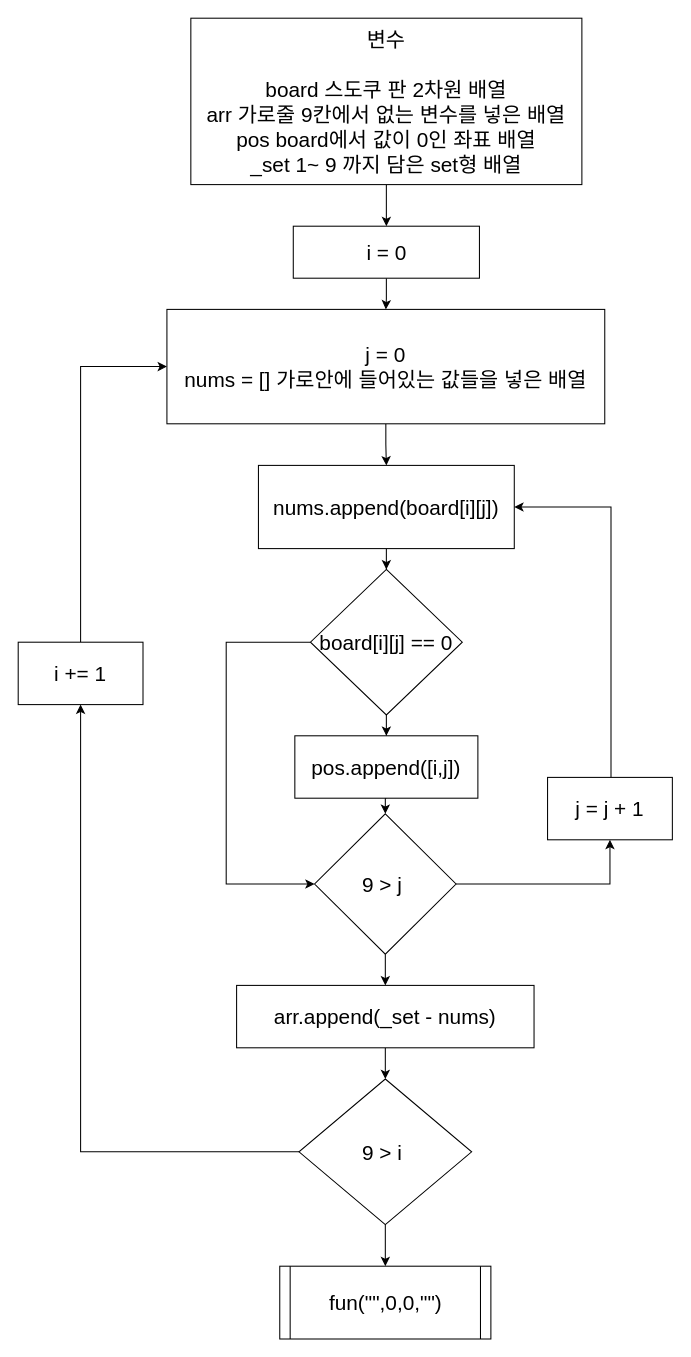
Before: page "main" (2 of 4) of 2580.drawio in justsicklife/flowchart, a draw.io diagram. Source tidied: cells renumbered, new cells numbered last; positions are measured from the earlier drawing's top-left corner, leaving out a move shared by most shapes. Both pictures are drawn from the tidied source at 104%, with x=0, y=0 at pixel (18, 18).
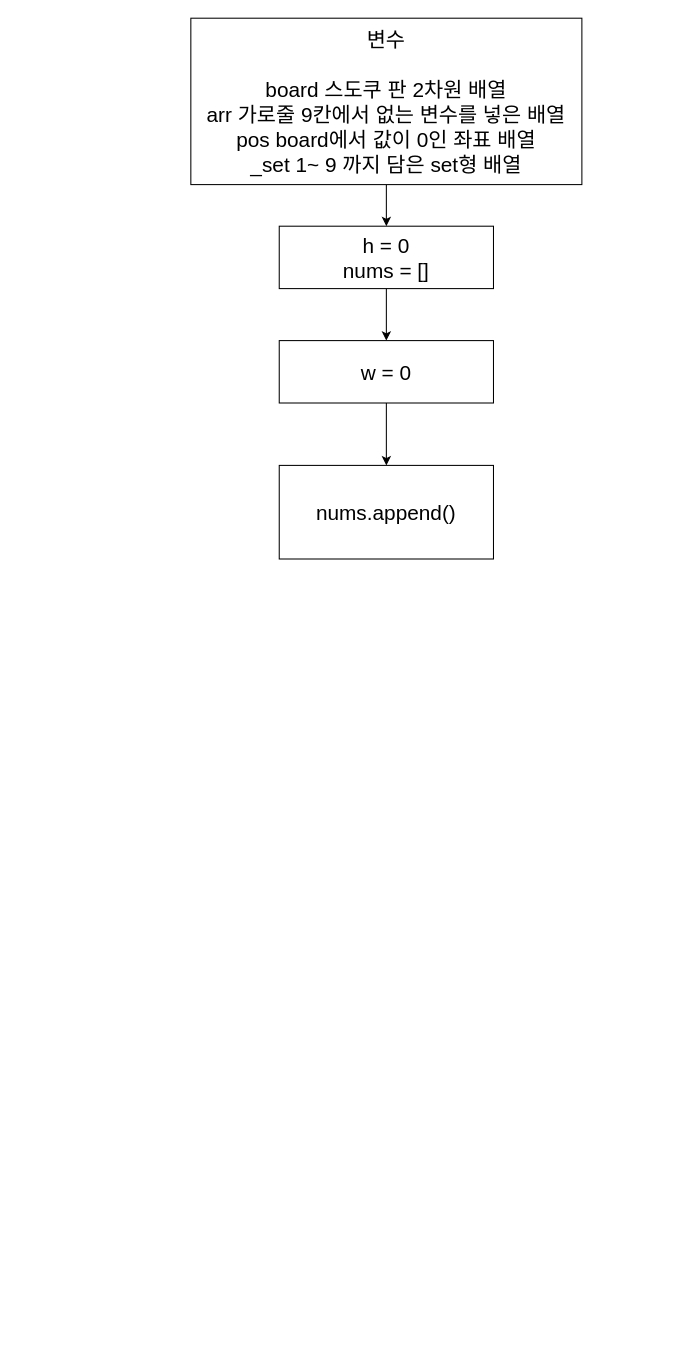
The same diagram, later.

Unchanged cells that the change refers to:
```xml
<mxCell id="3" value="변수&lt;br&gt;&lt;br&gt;board 스도쿠 판 2차원 배열&lt;br&gt;arr 가로줄 9칸에서 없는 변수를 넣은 배열&lt;br&gt;pos board에서 값이 0인 좌표 배열&lt;br&gt;_set 1~ 9 까지 담은 set형 배열" style="rounded=0;whiteSpace=wrap;html=1;fontSize=20;" parent="1" vertex="1">
  <mxGeometry x="166" width="376" height="160" as="geometry" />
</mxCell>
```

Change to the diagram source:
```diff
@@
-    <mxCell id="2" style="edgeStyle=orthogonalEdgeStyle;rounded=0;jettySize=auto;html=1;fontSize=20;" parent="1" edge="1" source="3" target="9">
-      <mxGeometry relative="1" as="geometry" />
-    </mxCell>
+    <mxCell id="28" style="edgeStyle=orthogonalEdgeStyle;rounded=0;jettySize=auto;html=1;" parent="1" edge="1" source="3" target="30">
+      <mxGeometry relative="1" as="geometry" />
+    </mxCell>
@@
-    <mxCell id="4" style="edgeStyle=orthogonalEdgeStyle;rounded=0;jettySize=auto;html=1;fontSize=20;" parent="1" edge="1" source="5" target="7">
-      <mxGeometry relative="1" as="geometry" />
-    </mxCell>
-    <mxCell id="5" value="j = 0&lt;br&gt;nums = [] 가로안에 들어있는 값들을 넣은 배열" style="rounded=0;whiteSpace=wrap;html=1;fontSize=20;" parent="1" vertex="1">
-      <mxGeometry x="143" y="280" width="421" height="110" as="geometry" />
-    </mxCell>
-    <mxCell id="6" style="edgeStyle=orthogonalEdgeStyle;rounded=0;jettySize=auto;html=1;fontSize=20;" parent="1" edge="1" source="7" target="24">
-      <mxGeometry relative="1" as="geometry" />
-    </mxCell>
-    <mxCell id="7" value="nums.append(board[i][j])" style="whiteSpace=wrap;html=1;rounded=0;fontSize=20;" parent="1" vertex="1">
-      <mxGeometry x="231" y="430" width="246" height="80" as="geometry" />
-    </mxCell>
-    <mxCell id="8" style="edgeStyle=orthogonalEdgeStyle;rounded=0;jettySize=auto;html=1;fontSize=20;" parent="1" edge="1" source="9" target="5">
-      <mxGeometry relative="1" as="geometry" />
-    </mxCell>
-    <mxCell id="9" value="i = 0" style="whiteSpace=wrap;html=1;rounded=0;fontSize=20;" parent="1" vertex="1">
-      <mxGeometry x="264.5" y="200" width="179" height="50" as="geometry" />
-    </mxCell>
-    <mxCell id="10" style="edgeStyle=orthogonalEdgeStyle;rounded=0;jettySize=auto;html=1;entryX=0.5;entryY=1;entryDx=0;entryDy=0;fontSize=20;" parent="1" edge="1" source="12" target="14">
-      <mxGeometry relative="1" as="geometry" />
-    </mxCell>
-    <mxCell id="11" style="edgeStyle=orthogonalEdgeStyle;rounded=0;jettySize=auto;html=1;fontSize=20;" parent="1" edge="1" source="12" target="16">
-      <mxGeometry relative="1" as="geometry" />
-    </mxCell>
-    <mxCell id="12" value="9 &amp;gt; j&amp;nbsp;" style="rhombus;whiteSpace=wrap;html=1;fontSize=20;" parent="1" vertex="1">
-      <mxGeometry x="285" y="765" width="136" height="135" as="geometry" />
-    </mxCell>
-    <mxCell id="13" style="edgeStyle=orthogonalEdgeStyle;rounded=0;jettySize=auto;html=1;entryX=1;entryY=0.5;entryDx=0;entryDy=0;fontSize=20;" parent="1" edge="1" source="14" target="7">
-      <mxGeometry relative="1" as="geometry">
-        <Array as="points">
-          <mxPoint x="570" y="470" />
-        </Array>
-      </mxGeometry>
-    </mxCell>
-    <mxCell id="14" value="j = j + 1" style="rounded=0;whiteSpace=wrap;html=1;fontSize=20;" parent="1" vertex="1">
-      <mxGeometry x="509" y="730" width="120" height="60" as="geometry" />
-    </mxCell>
-    <mxCell id="15" style="edgeStyle=orthogonalEdgeStyle;rounded=0;jettySize=auto;html=1;fontSize=20;" parent="1" edge="1" source="16" target="19">
-      <mxGeometry relative="1" as="geometry" />
-    </mxCell>
-    <mxCell id="16" value="arr.append(_set - nums)" style="whiteSpace=wrap;html=1;fontSize=20;" parent="1" vertex="1">
-      <mxGeometry x="210" y="930" width="286" height="60" as="geometry" />
-    </mxCell>
-    <mxCell id="17" style="edgeStyle=orthogonalEdgeStyle;rounded=0;jettySize=auto;html=1;entryX=0.5;entryY=1;entryDx=0;entryDy=0;fontSize=20;" parent="1" edge="1" source="19" target="21">
-      <mxGeometry relative="1" as="geometry" />
-    </mxCell>
-    <mxCell id="18" style="edgeStyle=orthogonalEdgeStyle;rounded=0;jettySize=auto;html=1;fontSize=20;" parent="1" edge="1" source="19" target="27">
-      <mxGeometry relative="1" as="geometry" />
-    </mxCell>
-    <mxCell id="19" value="9 &amp;gt; i&amp;nbsp;" style="rhombus;whiteSpace=wrap;html=1;fontSize=20;" parent="1" vertex="1">
-      <mxGeometry x="270" y="1020" width="166" height="140" as="geometry" />
-    </mxCell>
-    <mxCell id="20" style="edgeStyle=orthogonalEdgeStyle;rounded=0;jettySize=auto;html=1;entryX=0;entryY=0.5;entryDx=0;entryDy=0;fontSize=20;" parent="1" edge="1" source="21" target="5">
-      <mxGeometry relative="1" as="geometry">
-        <Array as="points">
-          <mxPoint x="60" y="335" />
-        </Array>
-      </mxGeometry>
-    </mxCell>
-    <mxCell id="21" value="i += 1" style="rounded=0;whiteSpace=wrap;html=1;fontSize=20;" parent="1" vertex="1">
-      <mxGeometry y="600" width="120" height="60" as="geometry" />
-    </mxCell>
-    <mxCell id="22" style="edgeStyle=orthogonalEdgeStyle;rounded=0;jettySize=auto;html=1;fontSize=20;" parent="1" edge="1" source="24" target="26">
-      <mxGeometry relative="1" as="geometry" />
-    </mxCell>
-    <mxCell id="23" style="edgeStyle=orthogonalEdgeStyle;rounded=0;jettySize=auto;html=1;entryX=0;entryY=0.5;entryDx=0;entryDy=0;fontSize=20;" parent="1" edge="1" source="24" target="12">
-      <mxGeometry relative="1" as="geometry">
-        <Array as="points">
-          <mxPoint x="200" y="600" />
-          <mxPoint x="200" y="833" />
-        </Array>
-      </mxGeometry>
-    </mxCell>
-    <mxCell id="24" value="board[i][j] == 0" style="rhombus;whiteSpace=wrap;html=1;rounded=0;fontSize=20;" parent="1" vertex="1">
-      <mxGeometry x="281" y="530" width="146" height="140" as="geometry" />
-    </mxCell>
-    <mxCell id="25" style="edgeStyle=orthogonalEdgeStyle;rounded=0;jettySize=auto;html=1;exitX=0.5;exitY=1;exitDx=0;exitDy=0;entryX=0.5;entryY=0;entryDx=0;entryDy=0;fontSize=20;" parent="1" edge="1" source="26" target="12">
-      <mxGeometry relative="1" as="geometry" />
-    </mxCell>
-    <mxCell id="26" value="pos.append([i,j])" style="rounded=0;whiteSpace=wrap;html=1;fontSize=20;" parent="1" vertex="1">
-      <mxGeometry x="266" y="690" width="176" height="60" as="geometry" />
-    </mxCell>
-    <mxCell id="27" value="fun(&quot;&quot;,0,0,&quot;&quot;)" style="shape=process;whiteSpace=wrap;html=1;backgroundOutline=1;fontSize=20;size=0.04926108374384237;" parent="1" vertex="1">
-      <mxGeometry x="251.5" y="1200" width="203" height="70" as="geometry" />
-    </mxCell>
+    <mxCell id="29" style="edgeStyle=orthogonalEdgeStyle;rounded=0;jettySize=auto;html=1;" parent="1" edge="1" source="30" target="32">
+      <mxGeometry relative="1" as="geometry" />
+    </mxCell>
+    <mxCell id="30" value="h = 0&lt;br&gt;nums = []" style="whiteSpace=wrap;html=1;rounded=0;fontSize=20;" parent="1" vertex="1">
+      <mxGeometry x="251" y="200" width="206" height="60" as="geometry" />
+    </mxCell>
+    <mxCell id="31" style="edgeStyle=orthogonalEdgeStyle;rounded=0;jettySize=auto;html=1;" parent="1" edge="1" source="32" target="33">
+      <mxGeometry relative="1" as="geometry" />
+    </mxCell>
+    <mxCell id="32" value="w = 0" style="whiteSpace=wrap;html=1;rounded=0;fontSize=20;" parent="1" vertex="1">
+      <mxGeometry x="251" y="310" width="206" height="60" as="geometry" />
+    </mxCell>
+    <mxCell id="33" value="nums.append()" style="whiteSpace=wrap;html=1;rounded=0;fontSize=20;" parent="1" vertex="1">
+      <mxGeometry x="251" y="430" width="206" height="90" as="geometry" />
+    </mxCell>
```
